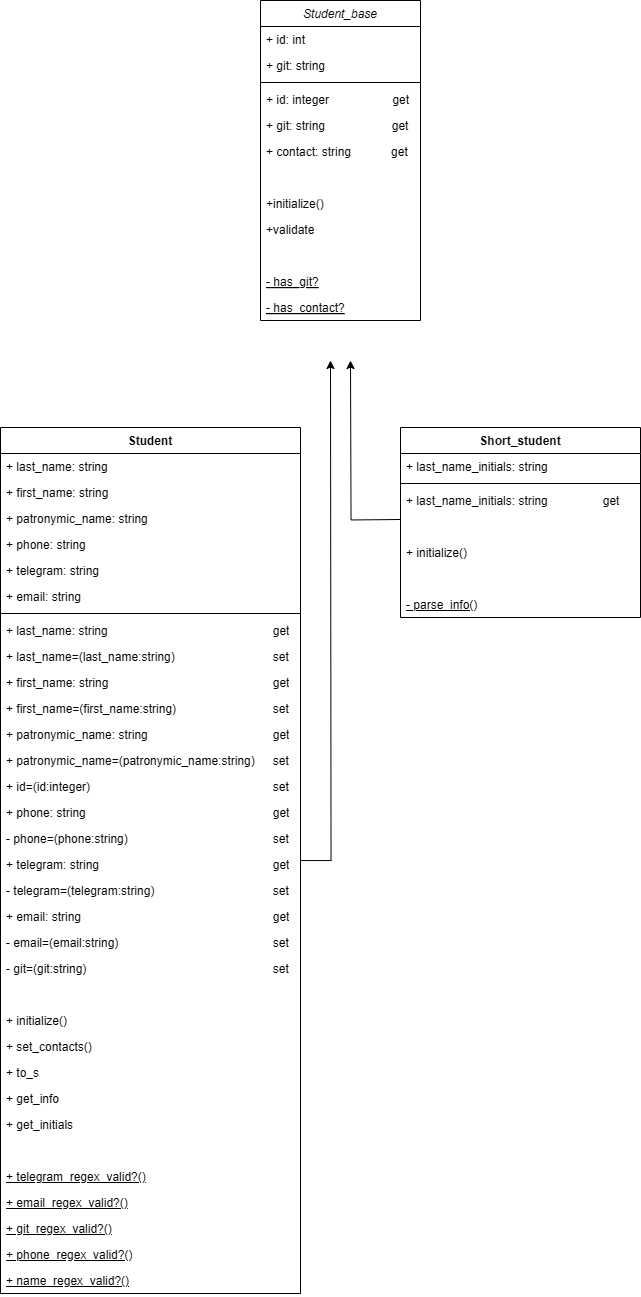
The draw.io diagram Students/UML_student.png in Deathlimit/Design-Patterns, before a commit. Source tidied: cells renumbered, new cells last; positions are measured from the earlier drawing's top-left corner, leaving out a move shared by most shapes.
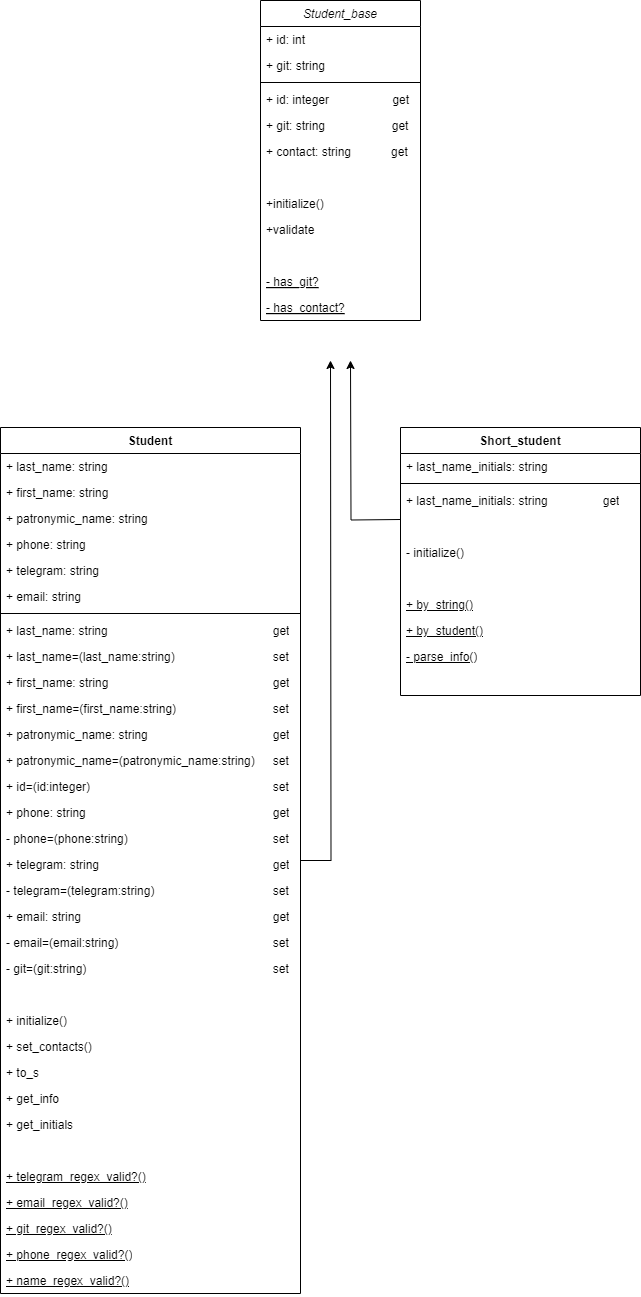
After the change.

Change to the diagram source:
```diff
@@ -105,7 +105,7 @@
       <mxGeometry y="840" width="300" height="26" as="geometry" />
     </mxCell>
     <mxCell id="36" value="Short_student" style="swimlane;fontStyle=1;align=center;verticalAlign=top;horizontal=1;startSize=26;whiteSpace=wrap;html=1;" parent="1" vertex="1">
-      <mxGeometry x="400" y="427" width="240" height="190" as="geometry" />
+      <mxGeometry x="400" y="427" width="240" height="268" as="geometry" />
     </mxCell>
     <mxCell id="37" value="+ last_name_initials: string" style="text;strokeColor=none;fillColor=none;align=left;verticalAlign=top;spacingLeft=4;spacingRight=4;overflow=hidden;whiteSpace=wrap;html=1;" parent="36" vertex="1">
       <mxGeometry y="26" width="240" height="26" as="geometry" />
@@ -119,15 +119,24 @@
     <mxCell id="40" style="text;strokeColor=none;fillColor=none;align=left;verticalAlign=top;spacingLeft=4;spacingRight=4;overflow=hidden;whiteSpace=wrap;html=1;" parent="36" vertex="1">
       <mxGeometry y="86" width="240" height="26" as="geometry" />
     </mxCell>
-    <mxCell id="41" value="+ initialize()" style="text;strokeColor=none;fillColor=none;align=left;verticalAlign=top;spacingLeft=4;spacingRight=4;overflow=hidden;whiteSpace=wrap;html=1;" parent="36" vertex="1">
+    <mxCell id="41" value="- initialize()" style="text;strokeColor=none;fillColor=none;align=left;verticalAlign=top;spacingLeft=4;spacingRight=4;overflow=hidden;whiteSpace=wrap;html=1;" parent="36" vertex="1">
       <mxGeometry y="112" width="240" height="26" as="geometry" />
     </mxCell>
     <mxCell id="42" style="text;strokeColor=none;fillColor=none;align=left;verticalAlign=top;spacingLeft=4;spacingRight=4;overflow=hidden;whiteSpace=wrap;html=1;" parent="36" vertex="1">
       <mxGeometry y="138" width="240" height="26" as="geometry" />
     </mxCell>
+    <mxCell id="59" value="&lt;u&gt;+ by_string()&lt;/u&gt;" style="text;strokeColor=none;fillColor=none;align=left;verticalAlign=top;spacingLeft=4;spacingRight=4;overflow=hidden;whiteSpace=wrap;html=1;" parent="36" vertex="1">
+      <mxGeometry y="164" width="240" height="26" as="geometry" />
+    </mxCell>
+    <mxCell id="60" value="&lt;u&gt;+ by_student()&lt;/u&gt;" style="text;strokeColor=none;fillColor=none;align=left;verticalAlign=top;spacingLeft=4;spacingRight=4;overflow=hidden;whiteSpace=wrap;html=1;" parent="36" vertex="1">
+      <mxGeometry y="190" width="240" height="26" as="geometry" />
+    </mxCell>
     <mxCell id="43" value="&lt;u&gt;- parse_info()&lt;/u&gt;" style="text;strokeColor=none;fillColor=none;align=left;verticalAlign=top;spacingLeft=4;spacingRight=4;overflow=hidden;whiteSpace=wrap;html=1;" parent="36" vertex="1">
-      <mxGeometry y="164" width="240" height="26" as="geometry" />
+      <mxGeometry y="216" width="240" height="26" as="geometry" />
     </mxCell>
+    <mxCell id="61" style="text;strokeColor=none;fillColor=none;align=left;verticalAlign=top;spacingLeft=4;spacingRight=4;overflow=hidden;whiteSpace=wrap;html=1;" parent="36" vertex="1">
+      <mxGeometry y="242" width="240" height="26" as="geometry" />
+    </mxCell>
     <mxCell id="44" value="Student_base" style="swimlane;fontStyle=2;align=center;verticalAlign=top;horizontal=1;startSize=26;rounded=0;shadow=0;strokeWidth=1;" parent="1" vertex="1">
       <mxGeometry x="260" width="160" height="320" as="geometry" />
     </mxCell>
```
